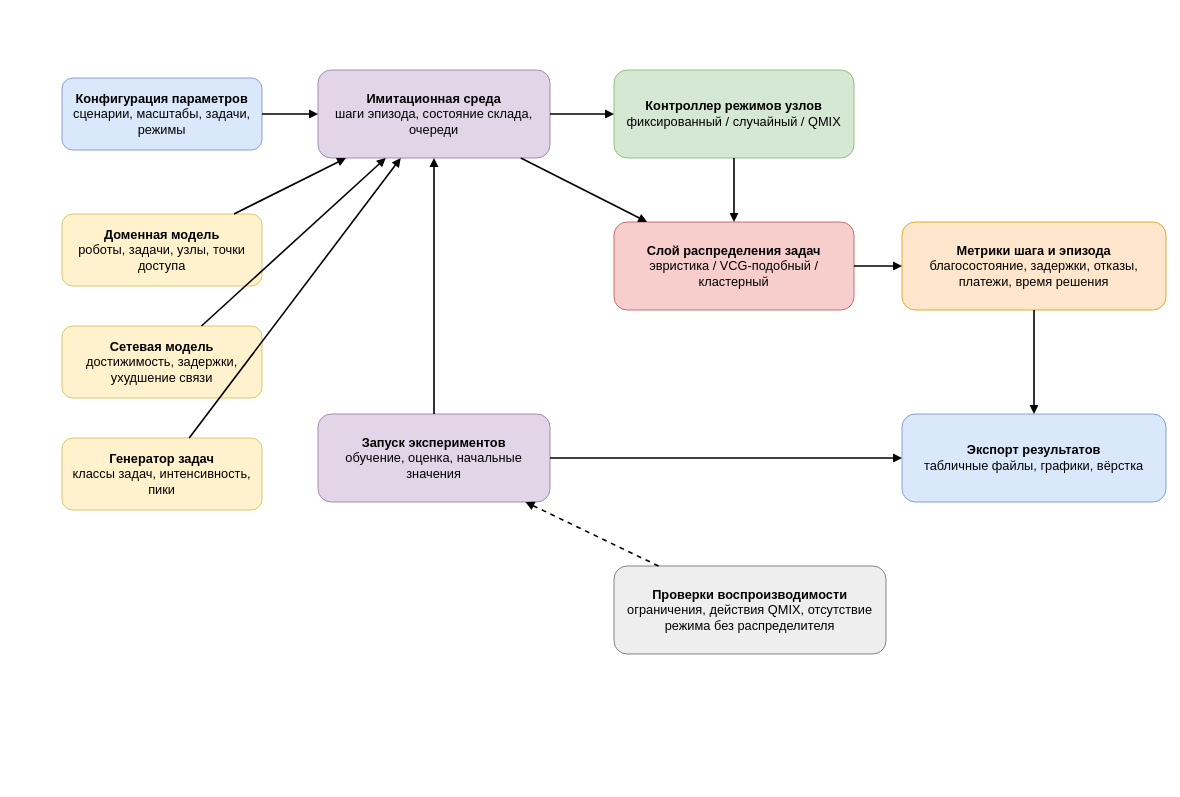
Before: Dissertation/images/drawio/ch7_prototype_architecture.drawio in Dima12101/SPbU-Phd-LaTeX-Dissertation, a draw.io diagram. Source tidied: cells renumbered, new cells numbered last; positions are measured from the earlier drawing's top-left corner, leaving out a move shared by most shapes. Both pictures are drawn from the tidied source at 80%, with x=0, y=0 at pixel (62, 70).
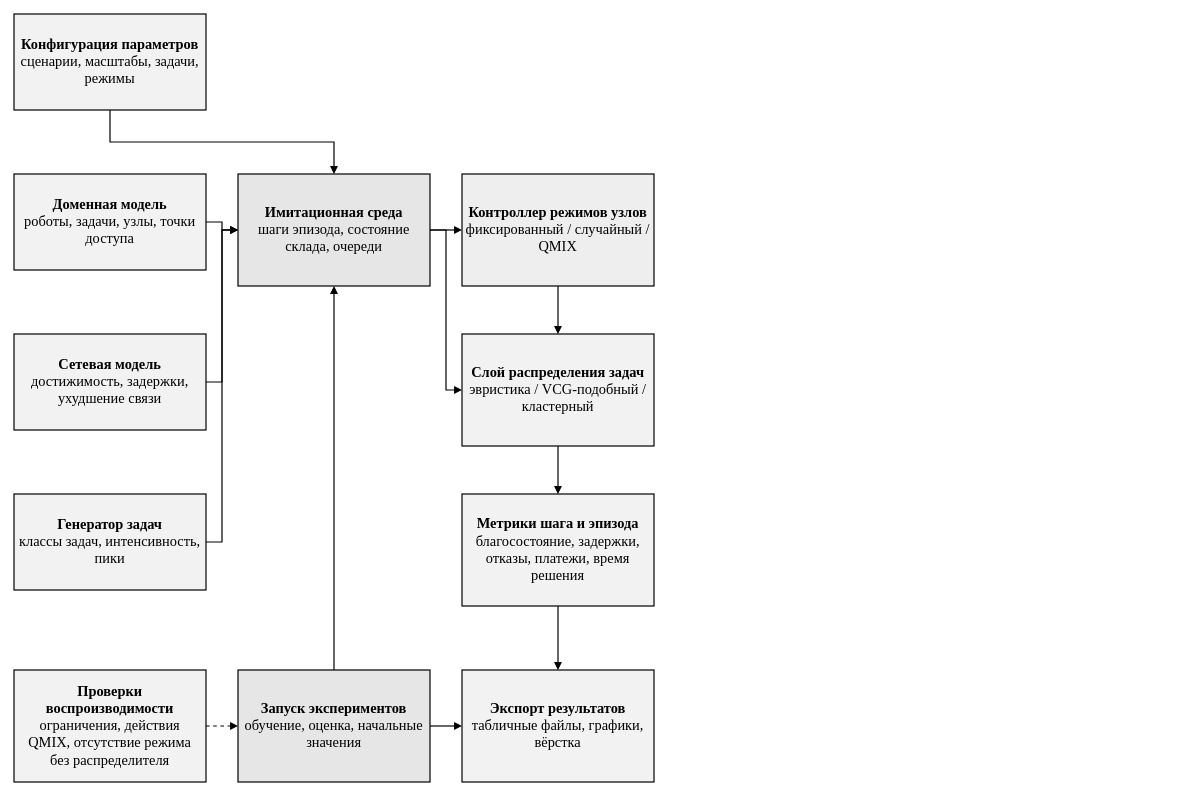
The same page after the edit.

Change to the diagram source:
```diff
@@
-<mxGraphModel>
+<mxGraphModel background="#ffffff">
@@
-    <mxCell id="2" value="&lt;b&gt;Конфигурация параметров&lt;br&gt;&lt;/b&gt;сценарии, масштабы, задачи, режимы" style="rounded=1;whiteSpace=wrap;html=1;fillColor=#dae8fc;strokeColor=#6c8ebf;fontSize=16;" parent="1" vertex="1">
-      <mxGeometry y="10" width="250" height="90" as="geometry" />
+    <mxCell id="2" value="&lt;b&gt;Конфигурация параметров&lt;br&gt;&lt;/b&gt;сценарии, масштабы, задачи, режимы" style="rounded=0;whiteSpace=wrap;html=1;fillColor=#f2f2f2;strokeColor=#000000;fontSize=18;fontColor=#000000;fontFamily=Times New Roman;shadow=0;gradientColor=none;glass=0;strokeWidth=1.5;spacing=6;" parent="1" vertex="1">
+      <mxGeometry x="-60" y="-70" width="240" height="120" as="geometry" />
     </mxCell>
-    <mxCell id="3" value="&lt;b&gt;Имитационная среда&lt;br&gt;&lt;/b&gt;шаги эпизода, состояние склада, очереди" style="rounded=1;whiteSpace=wrap;html=1;fillColor=#e1d5e7;strokeColor=#9673a6;fontSize=16;" parent="1" vertex="1">
-      <mxGeometry x="320" width="290" height="110" as="geometry" />
+    <mxCell id="3" value="&lt;b&gt;Имитационная среда&lt;br&gt;&lt;/b&gt;шаги эпизода, состояние склада, очереди" style="rounded=0;whiteSpace=wrap;html=1;fillColor=#e6e6e6;strokeColor=#000000;fontSize=18;fontColor=#000000;fontFamily=Times New Roman;shadow=0;gradientColor=none;glass=0;strokeWidth=1.5;spacing=6;" parent="1" vertex="1">
+      <mxGeometry x="220" y="130" width="240" height="140" as="geometry" />
     </mxCell>
-    <mxCell id="4" value="&lt;b&gt;Доменная модель&lt;br&gt;&lt;/b&gt;роботы, задачи, узлы, точки доступа" style="rounded=1;whiteSpace=wrap;html=1;fillColor=#fff2cc;strokeColor=#d6b656;fontSize=16;" parent="1" vertex="1">
-      <mxGeometry y="180" width="250" height="90" as="geometry" />
+    <mxCell id="4" value="&lt;b&gt;Доменная модель&lt;br&gt;&lt;/b&gt;роботы, задачи, узлы, точки доступа" style="rounded=0;whiteSpace=wrap;html=1;fillColor=#f2f2f2;strokeColor=#000000;fontSize=18;fontColor=#000000;fontFamily=Times New Roman;shadow=0;gradientColor=none;glass=0;strokeWidth=1.5;spacing=6;" parent="1" vertex="1">
+      <mxGeometry x="-60" y="130" width="240" height="120" as="geometry" />
     </mxCell>
-    <mxCell id="5" value="&lt;b&gt;Сетевая модель&lt;br&gt;&lt;/b&gt;достижимость, задержки, ухудшение связи" style="rounded=1;whiteSpace=wrap;html=1;fillColor=#fff2cc;strokeColor=#d6b656;fontSize=16;" parent="1" vertex="1">
-      <mxGeometry y="320" width="250" height="90" as="geometry" />
+    <mxCell id="5" value="&lt;b&gt;Сетевая модель&lt;br&gt;&lt;/b&gt;достижимость, задержки, ухудшение связи" style="rounded=0;whiteSpace=wrap;html=1;fillColor=#f2f2f2;strokeColor=#000000;fontSize=18;fontColor=#000000;fontFamily=Times New Roman;shadow=0;gradientColor=none;glass=0;strokeWidth=1.5;spacing=6;" parent="1" vertex="1">
+      <mxGeometry x="-60" y="330" width="240" height="120" as="geometry" />
     </mxCell>
-    <mxCell id="6" value="&lt;b&gt;Генератор задач&lt;br&gt;&lt;/b&gt;классы задач, интенсивность, пики" style="rounded=1;whiteSpace=wrap;html=1;fillColor=#fff2cc;strokeColor=#d6b656;fontSize=16;" parent="1" vertex="1">
-      <mxGeometry y="460" width="250" height="90" as="geometry" />
+    <mxCell id="6" value="&lt;b&gt;Генератор задач&lt;br&gt;&lt;/b&gt;классы задач, интенсивность, пики" style="rounded=0;whiteSpace=wrap;html=1;fillColor=#f2f2f2;strokeColor=#000000;fontSize=18;fontColor=#000000;fontFamily=Times New Roman;shadow=0;gradientColor=none;glass=0;strokeWidth=1.5;spacing=6;" parent="1" vertex="1">
+      <mxGeometry x="-60" y="530" width="240" height="120" as="geometry" />
     </mxCell>
-    <mxCell id="7" value="&lt;b&gt;Контроллер режимов узлов&lt;br&gt;&lt;/b&gt;фиксированный / случайный / QMIX" style="rounded=1;whiteSpace=wrap;html=1;fillColor=#d5e8d4;strokeColor=#82b366;fontSize=16;" parent="1" vertex="1">
-      <mxGeometry x="690" width="300" height="110" as="geometry" />
+    <mxCell id="7" value="&lt;b&gt;Контроллер режимов узлов&lt;br&gt;&lt;/b&gt;фиксированный / случайный / QMIX" style="rounded=0;whiteSpace=wrap;html=1;fillColor=#eeeeee;strokeColor=#000000;fontSize=18;fontColor=#000000;fontFamily=Times New Roman;shadow=0;gradientColor=none;glass=0;strokeWidth=1.5;spacing=6;" parent="1" vertex="1">
+      <mxGeometry x="500" y="130" width="240" height="140" as="geometry" />
     </mxCell>
-    <mxCell id="8" value="&lt;b&gt;Слой распределения задач&lt;br&gt;&lt;/b&gt;эвристика / VCG-подобный / кластерный" style="rounded=1;whiteSpace=wrap;html=1;fillColor=#f8cecc;strokeColor=#b85450;fontSize=16;" parent="1" vertex="1">
-      <mxGeometry x="690" y="190" width="300" height="110" as="geometry" />
+    <mxCell id="8" value="&lt;b&gt;Слой распределения задач&lt;br&gt;&lt;/b&gt;эвристика / VCG-подобный / кластерный" style="rounded=0;whiteSpace=wrap;html=1;fillColor=#f2f2f2;strokeColor=#000000;fontSize=18;fontColor=#000000;fontFamily=Times New Roman;shadow=0;gradientColor=none;glass=0;strokeWidth=1.5;spacing=6;" parent="1" vertex="1">
+      <mxGeometry x="500" y="330" width="240" height="140" as="geometry" />
     </mxCell>
-    <mxCell id="9" value="&lt;b&gt;Метрики шага и эпизода&lt;br&gt;&lt;/b&gt;благосостояние, задержки, отказы, платежи, время решения" style="rounded=1;whiteSpace=wrap;html=1;fillColor=#ffe6cc;strokeColor=#d79b00;fontSize=16;" parent="1" vertex="1">
-      <mxGeometry x="1050" y="190" width="330" height="110" as="geometry" />
+    <mxCell id="9" value="&lt;b&gt;Метрики шага и эпизода&lt;br&gt;&lt;/b&gt;благосостояние, задержки, отказы, платежи, время решения" style="rounded=0;whiteSpace=wrap;html=1;fillColor=#f2f2f2;strokeColor=#000000;fontSize=18;fontColor=#000000;fontFamily=Times New Roman;shadow=0;gradientColor=none;glass=0;strokeWidth=1.5;spacing=6;" parent="1" vertex="1">
+      <mxGeometry x="500" y="530" width="240" height="140" as="geometry" />
     </mxCell>
-    <mxCell id="10" value="&lt;b&gt;Запуск экспериментов&lt;br&gt;&lt;/b&gt;обучение, оценка, начальные значения" style="rounded=1;whiteSpace=wrap;html=1;fillColor=#e1d5e7;strokeColor=#9673a6;fontSize=16;" parent="1" vertex="1">
-      <mxGeometry x="320" y="430" width="290" height="110" as="geometry" />
+    <mxCell id="10" value="&lt;b&gt;Запуск экспериментов&lt;br&gt;&lt;/b&gt;обучение, оценка, начальные значения" style="rounded=0;whiteSpace=wrap;html=1;fillColor=#e6e6e6;strokeColor=#000000;fontSize=18;fontColor=#000000;fontFamily=Times New Roman;shadow=0;gradientColor=none;glass=0;strokeWidth=1.5;spacing=6;" parent="1" vertex="1">
+      <mxGeometry x="220" y="750" width="240" height="140" as="geometry" />
     </mxCell>
-    <mxCell id="11" value="&lt;b&gt;Экспорт результатов&lt;br&gt;&lt;/b&gt;табличные файлы, графики, вёрстка" style="rounded=1;whiteSpace=wrap;html=1;fillColor=#dae8fc;strokeColor=#6c8ebf;fontSize=16;" parent="1" vertex="1">
-      <mxGeometry x="1050" y="430" width="330" height="110" as="geometry" />
+    <mxCell id="11" value="&lt;b&gt;Экспорт результатов&lt;br&gt;&lt;/b&gt;табличные файлы, графики, вёрстка" style="rounded=0;whiteSpace=wrap;html=1;fillColor=#f2f2f2;strokeColor=#000000;fontSize=18;fontColor=#000000;fontFamily=Times New Roman;shadow=0;gradientColor=none;glass=0;strokeWidth=1.5;spacing=6;" parent="1" vertex="1">
+      <mxGeometry x="500" y="750" width="240" height="140" as="geometry" />
     </mxCell>
-    <mxCell id="12" value="&lt;b&gt;Проверки воспроизводимости&lt;br&gt;&lt;/b&gt;ограничения, действия QMIX, отсутствие режима без распределителя" style="rounded=1;whiteSpace=wrap;html=1;fillColor=#eeeeee;strokeColor=#666666;fontSize=16;" parent="1" vertex="1">
-      <mxGeometry x="690" y="620" width="340" height="110" as="geometry" />
+    <mxCell id="12" value="&lt;b&gt;Проверки воспроизводимости&lt;br&gt;&lt;/b&gt;ограничения, действия QMIX, отсутствие режима без распределителя" style="rounded=0;whiteSpace=wrap;html=1;fillColor=#f2f2f2;strokeColor=#000000;fontSize=18;fontColor=#000000;fontFamily=Times New Roman;shadow=0;gradientColor=none;glass=0;strokeWidth=1.5;spacing=6;" parent="1" vertex="1">
+      <mxGeometry x="-60" y="750" width="240" height="140" as="geometry" />
     </mxCell>
-    <mxCell id="13" style="endArrow=block;html=1;rounded=0;strokeWidth=2;" parent="1" edge="1" source="2" target="3">
-      <mxGeometry relative="1" as="geometry" />
+    <mxCell id="13" style="endArrow=block;html=1;rounded=0;strokeWidth=1.5;strokeColor=#000000;fontColor=#000000;fontFamily=Times New Roman;fontSize=16;labelBackgroundColor=#ffffff;shadow=0;edgeStyle=orthogonalEdgeStyle;jettySize=20;endFill=1;startArrow=none;exitX=0.5;exitY=1;entryX=0.5;entryY=0;" parent="1" edge="1" source="2" target="3">
+      <mxGeometry relative="1" as="geometry">
+        <Array as="points">
+          <mxPoint x="60" y="90" />
+          <mxPoint x="340" y="90" />
+        </Array>
+      </mxGeometry>
     </mxCell>
-    <mxCell id="14" style="endArrow=block;html=1;rounded=0;strokeWidth=2;" parent="1" edge="1" source="4" target="3">
+    <mxCell id="14" style="endArrow=block;html=1;rounded=0;strokeWidth=1.5;strokeColor=#000000;fontColor=#000000;fontFamily=Times New Roman;fontSize=16;labelBackgroundColor=#ffffff;shadow=0;edgeStyle=orthogonalEdgeStyle;jettySize=20;endFill=1;startArrow=none;exitX=1;exitY=0.5;entryX=0;entryY=0.5;" parent="1" edge="1" source="4" target="3">
       <mxGeometry relative="1" as="geometry" />
     </mxCell>
-    <mxCell id="15" style="endArrow=block;html=1;rounded=0;strokeWidth=2;" parent="1" edge="1" source="5" target="3">
-      <mxGeometry relative="1" as="geometry" />
+    <mxCell id="15" style="endArrow=block;html=1;rounded=0;strokeWidth=1.5;strokeColor=#000000;fontColor=#000000;fontFamily=Times New Roman;fontSize=16;labelBackgroundColor=#ffffff;shadow=0;edgeStyle=orthogonalEdgeStyle;jettySize=20;endFill=1;startArrow=none;exitX=1;exitY=0.5;entryX=0;entryY=0.5;" parent="1" edge="1" source="5" target="3">
+      <mxGeometry relative="1" as="geometry">
+        <Array as="points">
+          <mxPoint x="200" y="390" />
+          <mxPoint x="200" y="200" />
+        </Array>
+      </mxGeometry>
     </mxCell>
-    <mxCell id="16" style="endArrow=block;html=1;rounded=0;strokeWidth=2;" parent="1" edge="1" source="6" target="3">
-      <mxGeometry relative="1" as="geometry" />
+    <mxCell id="16" style="endArrow=block;html=1;rounded=0;strokeWidth=1.5;strokeColor=#000000;fontColor=#000000;fontFamily=Times New Roman;fontSize=16;labelBackgroundColor=#ffffff;shadow=0;edgeStyle=orthogonalEdgeStyle;jettySize=20;endFill=1;startArrow=none;exitX=1;exitY=0.5;entryX=0;entryY=0.5;" parent="1" edge="1" source="6" target="3">
+      <mxGeometry relative="1" as="geometry">
+        <Array as="points">
+          <mxPoint x="200" y="590" />
+          <mxPoint x="200" y="200" />
+        </Array>
+      </mxGeometry>
     </mxCell>
-    <mxCell id="17" style="endArrow=block;html=1;rounded=0;strokeWidth=2;" parent="1" edge="1" source="3" target="7">
+    <mxCell id="17" style="endArrow=block;html=1;rounded=0;strokeWidth=1.5;strokeColor=#000000;fontColor=#000000;fontFamily=Times New Roman;fontSize=16;labelBackgroundColor=#ffffff;shadow=0;edgeStyle=orthogonalEdgeStyle;jettySize=20;endFill=1;startArrow=none;exitX=1;exitY=0.5;entryX=0;entryY=0.5;" parent="1" edge="1" source="3" target="7">
       <mxGeometry relative="1" as="geometry" />
     </mxCell>
-    <mxCell id="18" style="endArrow=block;html=1;rounded=0;strokeWidth=2;" parent="1" edge="1" source="7" target="8">
+    <mxCell id="18" style="endArrow=block;html=1;rounded=0;strokeWidth=1.5;strokeColor=#000000;fontColor=#000000;fontFamily=Times New Roman;fontSize=16;labelBackgroundColor=#ffffff;shadow=0;edgeStyle=orthogonalEdgeStyle;jettySize=20;endFill=1;startArrow=none;exitX=0.5;exitY=1;entryX=0.5;entryY=0;" parent="1" edge="1" source="7" target="8">
       <mxGeometry relative="1" as="geometry" />
     </mxCell>
-    <mxCell id="19" style="endArrow=block;html=1;rounded=0;strokeWidth=2;" parent="1" edge="1" source="3" target="8">
+    <mxCell id="19" style="endArrow=block;html=1;rounded=0;strokeWidth=1.5;strokeColor=#000000;fontColor=#000000;fontFamily=Times New Roman;fontSize=16;labelBackgroundColor=#ffffff;shadow=0;edgeStyle=orthogonalEdgeStyle;jettySize=20;endFill=1;startArrow=none;exitX=1;exitY=0.5;entryX=0;entryY=0.5;" parent="1" edge="1" source="3" target="8">
       <mxGeometry relative="1" as="geometry" />
     </mxCell>
-    <mxCell id="20" style="endArrow=block;html=1;rounded=0;strokeWidth=2;" parent="1" edge="1" source="8" target="9">
+    <mxCell id="20" style="endArrow=block;html=1;rounded=0;strokeWidth=1.5;strokeColor=#000000;fontColor=#000000;fontFamily=Times New Roman;fontSize=16;labelBackgroundColor=#ffffff;shadow=0;edgeStyle=orthogonalEdgeStyle;jettySize=20;endFill=1;startArrow=none;exitX=0.5;exitY=1;entryX=0.5;entryY=0;" parent="1" edge="1" source="8" target="9">
       <mxGeometry relative="1" as="geometry" />
     </mxCell>
-    <mxCell id="21" style="endArrow=block;html=1;rounded=0;strokeWidth=2;" parent="1" edge="1" source="9" target="11">
+    <mxCell id="21" style="endArrow=block;html=1;rounded=0;strokeWidth=1.5;strokeColor=#000000;fontColor=#000000;fontFamily=Times New Roman;fontSize=16;labelBackgroundColor=#ffffff;shadow=0;edgeStyle=orthogonalEdgeStyle;jettySize=20;endFill=1;startArrow=none;exitX=0.5;exitY=1;entryX=0.5;entryY=0;" parent="1" edge="1" source="9" target="11">
       <mxGeometry relative="1" as="geometry" />
     </mxCell>
-    <mxCell id="22" style="endArrow=block;html=1;rounded=0;strokeWidth=2;" parent="1" edge="1" source="10" target="3">
+    <mxCell id="22" style="endArrow=block;html=1;rounded=0;strokeWidth=1.5;strokeColor=#000000;fontColor=#000000;fontFamily=Times New Roman;fontSize=16;labelBackgroundColor=#ffffff;shadow=0;edgeStyle=orthogonalEdgeStyle;jettySize=20;endFill=1;startArrow=none;exitX=0.5;exitY=0;entryX=0.5;entryY=1;" parent="1" edge="1" source="10" target="3">
       <mxGeometry relative="1" as="geometry" />
     </mxCell>
-    <mxCell id="23" style="endArrow=block;html=1;rounded=0;strokeWidth=2;" parent="1" edge="1" source="10" target="11">
+    <mxCell id="23" style="endArrow=block;html=1;rounded=0;strokeWidth=1.5;strokeColor=#000000;fontColor=#000000;fontFamily=Times New Roman;fontSize=16;labelBackgroundColor=#ffffff;shadow=0;edgeStyle=orthogonalEdgeStyle;jettySize=20;endFill=1;startArrow=none;exitX=1;exitY=0.5;entryX=0;entryY=0.5;" parent="1" edge="1" source="10" target="11">
       <mxGeometry relative="1" as="geometry" />
     </mxCell>
-    <mxCell id="24" style="endArrow=block;html=1;rounded=0;strokeWidth=2;dashed=1;" parent="1" edge="1" source="12" target="10">
+    <mxCell id="24" style="endArrow=block;html=1;rounded=0;strokeWidth=1.5;dashed=1;strokeColor=#000000;fontColor=#000000;fontFamily=Times New Roman;fontSize=16;labelBackgroundColor=#ffffff;shadow=0;edgeStyle=orthogonalEdgeStyle;jettySize=20;endFill=1;startArrow=none;exitX=1;exitY=0.5;entryX=0;entryY=0.5;" parent="1" edge="1" source="12" target="10">
       <mxGeometry relative="1" as="geometry" />
     </mxCell>
```
